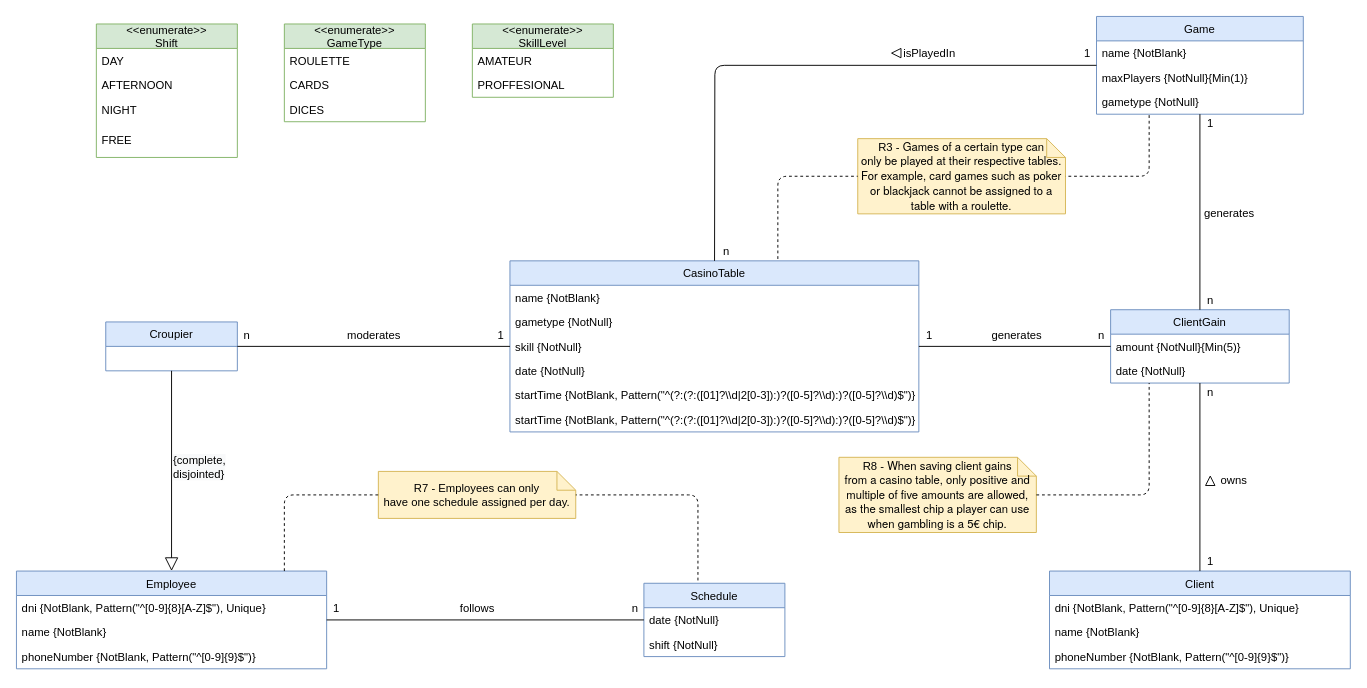
Above: page "V1-Casino" (1 of 2) of uml/Conceptual Model.drawio in gii-is-DP1/dp1-2020-g1-07 (draw.io), before the change. Source tidied: cells renumbered, new cells numbered last; positions are measured from the earlier drawing's top-left corner, leaving out a move shared by most shapes. Both pictures are drawn from the tidied source at 94%, with x=0, y=0 at pixel (16, 16).
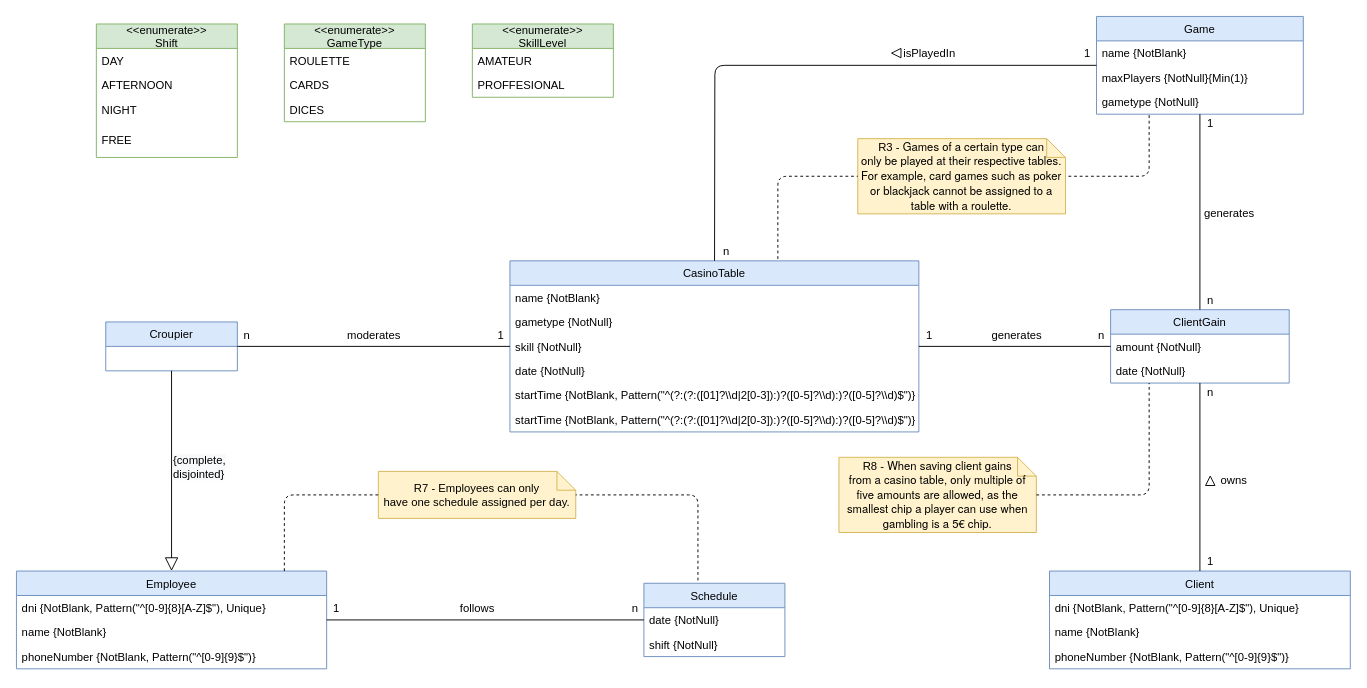
The same diagram, later.

Unchanged cells that the change refers to:
```xml
<mxCell id="32" value="ClientGain" style="swimlane;fontStyle=0;horizontal=1;startSize=26;fillColor=#dae8fc;strokeColor=#6c8ebf;" parent="1" vertex="1">
  <mxGeometry x="1164" y="312" width="190" height="78" as="geometry" />
</mxCell>
```

Change to the diagram source:
```diff
@@
-    <mxCell id="33" value="amount {NotNull}{Min(5)}" style="text;align=left;verticalAlign=top;spacingLeft=4;spacingRight=4;overflow=hidden;" parent="32" vertex="1">
+    <mxCell id="33" value="amount {NotNull}" style="text;align=left;verticalAlign=top;spacingLeft=4;spacingRight=4;overflow=hidden;" parent="32" vertex="1">
       <mxGeometry y="26" width="190" height="26" as="geometry" />
     </mxCell>
@@
-    <mxCell id="66" value="&lt;font style=&quot;font-size: 12px&quot;&gt;&lt;span lang=&quot;EN-US&quot;&gt;&lt;font style=&quot;font-size: 12px&quot;&gt;R8 -&amp;nbsp;&lt;/font&gt;&lt;/span&gt;&lt;span style=&quot;font-family: &amp;#34;whitney&amp;#34; , &amp;#34;helvetica neue&amp;#34; , &amp;#34;helvetica&amp;#34; , &amp;#34;arial&amp;#34; , sans-serif&quot;&gt;When saving client gains&lt;br&gt;from a casino table, only positive and multiple of five amounts are allowed, as the smallest chip a player can use when gambling is a 5€ chip.&lt;/span&gt;&lt;/font&gt;" style="shape=note;size=20;whiteSpace=wrap;html=1;fillColor=#fff2cc;strokeColor=#d6b656;" parent="1" vertex="1">
+    <mxCell id="66" value="&lt;font style=&quot;font-size: 12px&quot;&gt;&lt;span lang=&quot;EN-US&quot;&gt;&lt;font style=&quot;font-size: 12px&quot;&gt;R8 -&amp;nbsp;&lt;/font&gt;&lt;/span&gt;&lt;span style=&quot;font-family: &amp;#34;whitney&amp;#34; , &amp;#34;helvetica neue&amp;#34; , &amp;#34;helvetica&amp;#34; , &amp;#34;arial&amp;#34; , sans-serif&quot;&gt;When saving client gains&lt;br&gt;from a casino table, only multiple of five amounts are allowed, as the smallest chip a player can use when gambling is a 5€ chip.&lt;/span&gt;&lt;/font&gt;" style="shape=note;size=20;whiteSpace=wrap;html=1;fillColor=#fff2cc;strokeColor=#d6b656;" parent="1" vertex="1">
       <mxGeometry x="875" y="469" width="210" height="80" as="geometry" />
     </mxCell>
```
